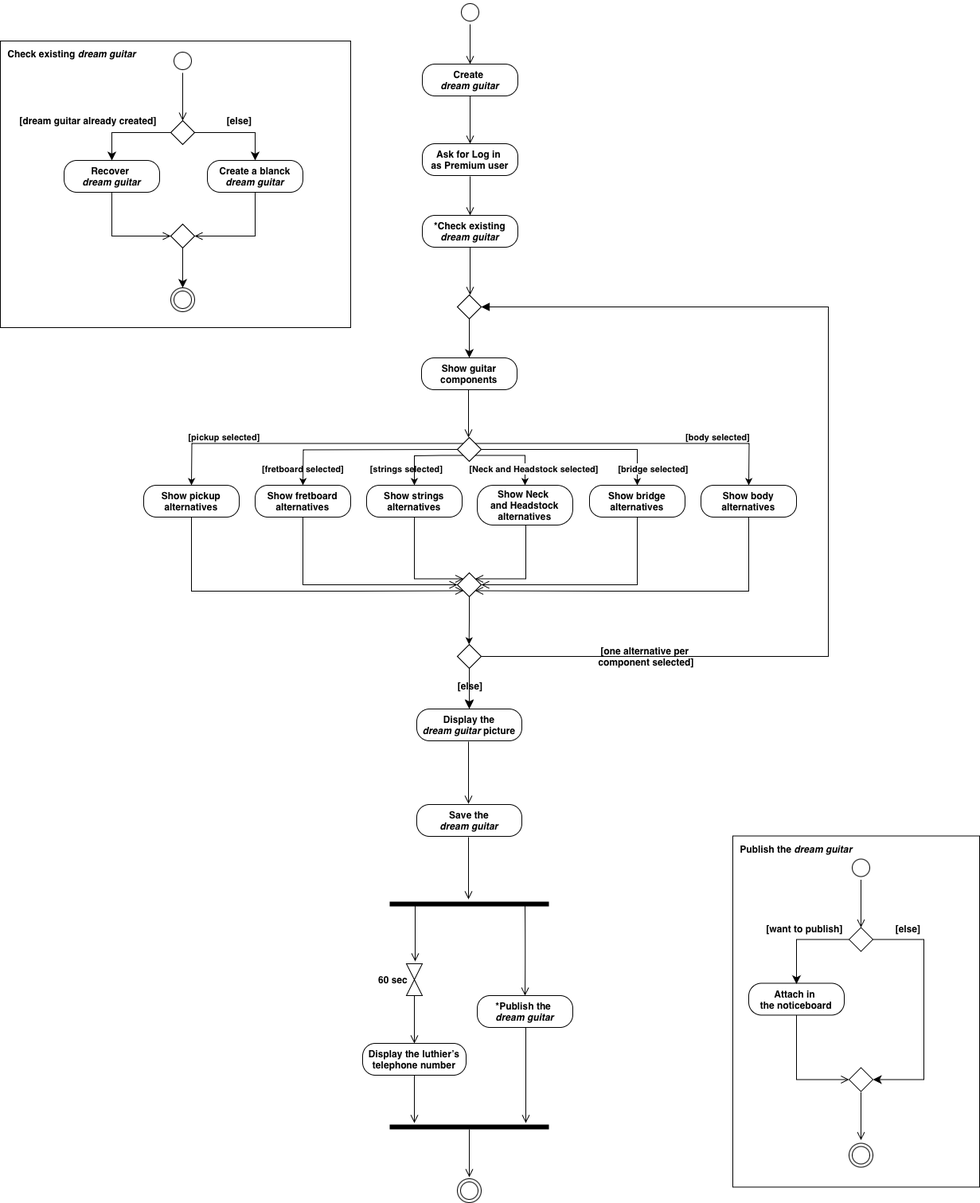
Before: ActivityDiagramT.drawio.png, a diagram exported from draw.io (TizianoLilli/ISPW-Project). Source tidied: cells renumbered, new cells last; positions are measured from the earlier drawing's top-left corner, leaving out a move shared by most shapes.
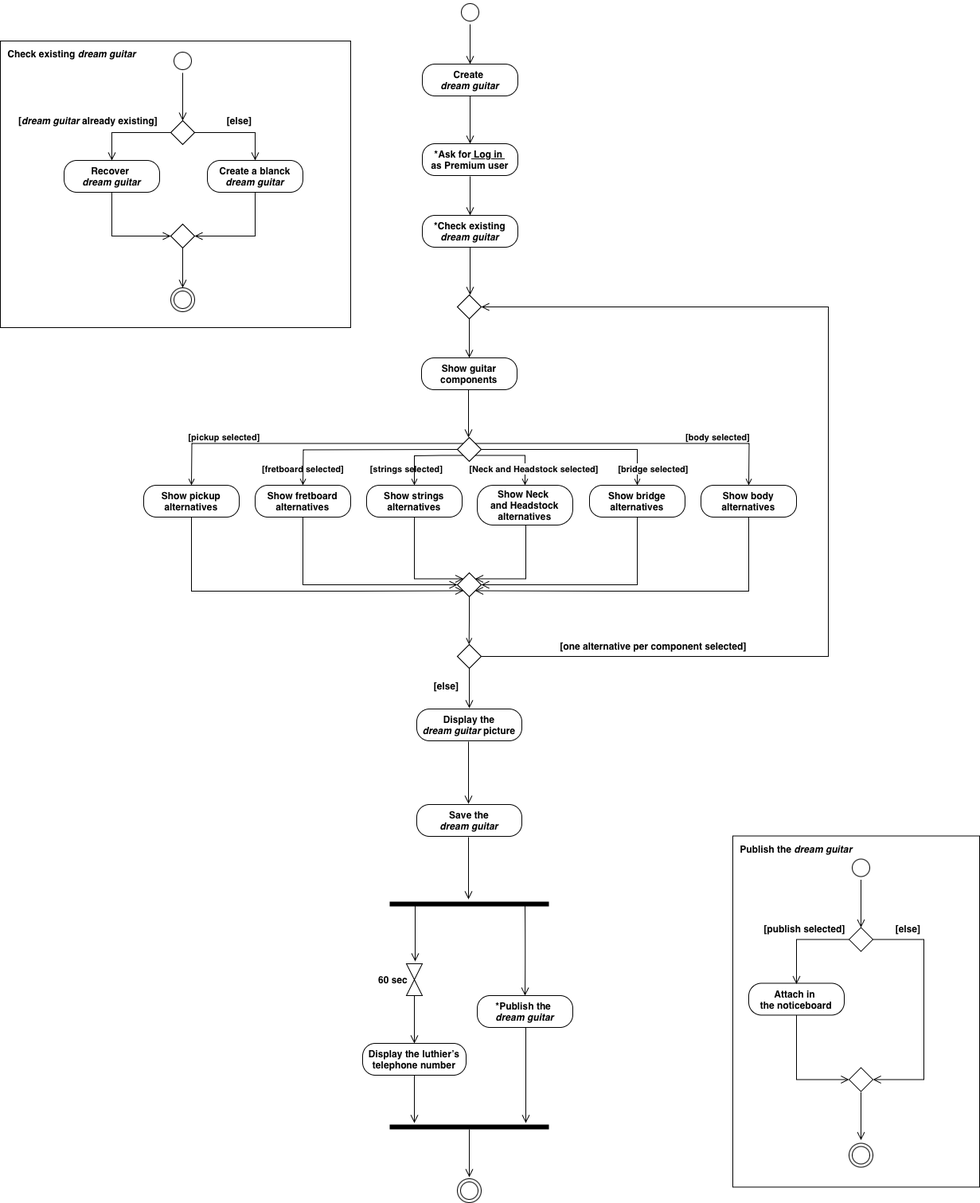
After the change.

The edit, as a diff of the source:
```diff
@@ -2,6 +2,9 @@
   <root>
     <mxCell id="0" />
     <mxCell id="1" parent="0" />
+    <mxCell id="79" style="rounded=0;whiteSpace=wrap;html=1;fillColor=none;labelBackgroundColor=none;" parent="1" vertex="1">
+      <mxGeometry y="51" width="440" height="360" as="geometry" />
+    </mxCell>
     <mxCell id="2" style="rounded=0;whiteSpace=wrap;html=1;fillColor=none;labelBackgroundColor=none;" parent="1" vertex="1">
       <mxGeometry x="920" y="1049.5" width="310" height="441" as="geometry" />
     </mxCell>
@@ -26,7 +29,7 @@
         </Array>
       </mxGeometry>
     </mxCell>
-    <mxCell id="7" value="&lt;b&gt;Ask for&amp;nbsp;&lt;span style=&quot;background-color: initial;&quot;&gt;Log in&amp;nbsp;&lt;/span&gt;&lt;/b&gt;&lt;div&gt;&lt;span style=&quot;background-color: initial;&quot;&gt;&lt;b&gt;as Premium user&lt;/b&gt;&lt;/span&gt;&lt;/div&gt;" style="rounded=1;whiteSpace=wrap;html=1;arcSize=40;labelBackgroundColor=none;" parent="1" vertex="1">
+    <mxCell id="7" value="&lt;b&gt;*Ask for&lt;u&gt;&amp;nbsp;&lt;span style=&quot;background-color: initial;&quot;&gt;Log in&amp;nbsp;&lt;/span&gt;&lt;/u&gt;&lt;/b&gt;&lt;div&gt;&lt;span style=&quot;background-color: initial;&quot;&gt;&lt;b&gt;as Premium user&lt;/b&gt;&lt;/span&gt;&lt;/div&gt;" style="rounded=1;whiteSpace=wrap;html=1;arcSize=40;labelBackgroundColor=none;" parent="1" vertex="1">
       <mxGeometry x="530" y="180" width="120" height="40" as="geometry" />
     </mxCell>
     <mxCell id="8" value="&lt;b&gt;Show guitar components&lt;/b&gt;" style="rounded=1;whiteSpace=wrap;html=1;arcSize=40;labelBackgroundColor=none;" parent="1" vertex="1">
@@ -38,13 +41,13 @@
         <mxPoint x="588" y="549" as="targetPoint" />
       </mxGeometry>
     </mxCell>
-    <mxCell id="10" value="&lt;b style=&quot;&quot;&gt;[fretboard selected]&lt;/b&gt;" style="edgeStyle=orthogonalEdgeStyle;rounded=0;orthogonalLoop=1;jettySize=auto;html=1;exitX=0;exitY=0.5;exitDx=0;exitDy=0;entryX=0.5;entryY=0;entryDx=0;entryDy=0;labelBackgroundColor=none;fontColor=default;labelBorderColor=none;" parent="1" edge="1">
+    <mxCell id="10" value="&lt;b style=&quot;&quot;&gt;[fretboard selected]&lt;/b&gt;" style="edgeStyle=orthogonalEdgeStyle;rounded=0;orthogonalLoop=1;jettySize=auto;html=1;exitX=0;exitY=0.5;exitDx=0;exitDy=0;entryX=0.5;entryY=0;entryDx=0;entryDy=0;labelBackgroundColor=none;fontColor=default;labelBorderColor=none;endArrow=open;endFill=0;" parent="1" edge="1">
       <mxGeometry x="0.83" relative="1" as="geometry">
         <mxPoint x="574" y="564" as="sourcePoint" />
         <mxPoint x="380" y="609" as="targetPoint" />
       </mxGeometry>
     </mxCell>
-    <mxCell id="11" value="&lt;b style=&quot;&quot;&gt;[strings selected]&lt;/b&gt;" style="edgeStyle=orthogonalEdgeStyle;rounded=0;jettySize=auto;html=1;exitX=0;exitY=1;exitDx=0;exitDy=0;entryX=0.5;entryY=0;entryDx=0;entryDy=0;labelBackgroundColor=none;fontColor=default;" parent="1" edge="1" source="16" target="25">
+    <mxCell id="11" value="&lt;b style=&quot;&quot;&gt;[strings selected]&lt;/b&gt;" style="edgeStyle=orthogonalEdgeStyle;rounded=0;jettySize=auto;html=1;exitX=0;exitY=1;exitDx=0;exitDy=0;entryX=0.5;entryY=0;entryDx=0;entryDy=0;labelBackgroundColor=none;fontColor=default;endArrow=open;endFill=0;" parent="1" edge="1" source="16" target="25">
       <mxGeometry x="0.59" y="-10" relative="1" as="geometry">
         <Array as="points">
           <mxPoint x="554" y="572" />
@@ -52,20 +55,20 @@
         </Array>
       </mxGeometry>
     </mxCell>
-    <mxCell id="12" value="&lt;b style=&quot;background-color: rgb(251, 251, 251);&quot;&gt;[bridge selected]&lt;/b&gt;" style="edgeStyle=orthogonalEdgeStyle;rounded=0;jettySize=auto;html=1;exitX=1;exitY=0.5;exitDx=0;exitDy=0;entryX=0.5;entryY=0;entryDx=0;entryDy=0;labelBackgroundColor=none;fontColor=default;" parent="1" edge="1" source="16" target="21">
+    <mxCell id="12" value="&lt;b style=&quot;background-color: rgb(251, 251, 251);&quot;&gt;[bridge selected]&lt;/b&gt;" style="edgeStyle=orthogonalEdgeStyle;rounded=0;jettySize=auto;html=1;exitX=1;exitY=0.5;exitDx=0;exitDy=0;entryX=0.5;entryY=0;entryDx=0;entryDy=0;labelBackgroundColor=none;fontColor=default;endArrow=open;endFill=0;" parent="1" edge="1" source="16" target="21">
       <mxGeometry x="0.83" y="20" relative="1" as="geometry" />
     </mxCell>
-    <mxCell id="13" value="&lt;br&gt;&lt;b style=&quot;forced-color-adjust: none; color: rgb(0, 0, 0); font-family: Helvetica; font-size: 11px; font-style: normal; font-variant-ligatures: normal; font-variant-caps: normal; letter-spacing: normal; orphans: 2; text-align: center; text-indent: 0px; text-transform: none; widows: 2; word-spacing: 0px; -webkit-text-stroke-width: 0px; white-space: nowrap; text-decoration-thickness: initial; text-decoration-style: initial; text-decoration-color: initial;&quot;&gt;[pickup selected]&lt;/b&gt;&lt;div&gt;&lt;br/&gt;&lt;/div&gt;" style="edgeStyle=orthogonalEdgeStyle;rounded=0;jettySize=auto;html=1;exitX=0;exitY=0;exitDx=0;exitDy=0;entryX=0.5;entryY=0;entryDx=0;entryDy=0;labelBackgroundColor=none;fontColor=default;" parent="1" edge="1" source="16">
+    <mxCell id="13" value="&lt;br&gt;&lt;b style=&quot;forced-color-adjust: none; color: rgb(0, 0, 0); font-family: Helvetica; font-size: 11px; font-style: normal; font-variant-ligatures: normal; font-variant-caps: normal; letter-spacing: normal; orphans: 2; text-align: center; text-indent: 0px; text-transform: none; widows: 2; word-spacing: 0px; -webkit-text-stroke-width: 0px; white-space: nowrap; text-decoration-thickness: initial; text-decoration-style: initial; text-decoration-color: initial;&quot;&gt;[pickup selected]&lt;/b&gt;&lt;div&gt;&lt;br/&gt;&lt;/div&gt;" style="edgeStyle=orthogonalEdgeStyle;rounded=0;jettySize=auto;html=1;exitX=0;exitY=0;exitDx=0;exitDy=0;entryX=0.5;entryY=0;entryDx=0;entryDy=0;labelBackgroundColor=none;fontColor=default;endArrow=open;endFill=0;" parent="1" edge="1" source="16">
       <mxGeometry x="0.53" y="-8" relative="1" as="geometry">
         <mxPoint x="240" y="609" as="targetPoint" />
       </mxGeometry>
     </mxCell>
-    <mxCell id="14" value="&lt;br&gt;&lt;b style=&quot;forced-color-adjust: none; color: rgb(0, 0, 0); font-family: Helvetica; font-size: 11px; font-style: normal; font-variant-ligatures: normal; font-variant-caps: normal; letter-spacing: normal; orphans: 2; text-align: center; text-indent: 0px; text-transform: none; widows: 2; word-spacing: 0px; -webkit-text-stroke-width: 0px; white-space: nowrap; background-color: rgb(251, 251, 251); text-decoration-thickness: initial; text-decoration-style: initial; text-decoration-color: initial;&quot;&gt;[body selected]&lt;/b&gt;&lt;div&gt;&lt;br/&gt;&lt;/div&gt;" style="edgeStyle=orthogonalEdgeStyle;rounded=0;jettySize=auto;html=1;exitX=1;exitY=0;exitDx=0;exitDy=0;entryX=0.5;entryY=0;entryDx=0;entryDy=0;textShadow=1;labelBackgroundColor=none;fontColor=default;" parent="1" edge="1" source="16">
+    <mxCell id="14" value="&lt;br&gt;&lt;b style=&quot;forced-color-adjust: none; color: rgb(0, 0, 0); font-family: Helvetica; font-size: 11px; font-style: normal; font-variant-ligatures: normal; font-variant-caps: normal; letter-spacing: normal; orphans: 2; text-align: center; text-indent: 0px; text-transform: none; widows: 2; word-spacing: 0px; -webkit-text-stroke-width: 0px; white-space: nowrap; background-color: rgb(251, 251, 251); text-decoration-thickness: initial; text-decoration-style: initial; text-decoration-color: initial;&quot;&gt;[body selected]&lt;/b&gt;&lt;div&gt;&lt;br/&gt;&lt;/div&gt;" style="edgeStyle=orthogonalEdgeStyle;rounded=0;jettySize=auto;html=1;exitX=1;exitY=0;exitDx=0;exitDy=0;entryX=0.5;entryY=0;entryDx=0;entryDy=0;textShadow=1;labelBackgroundColor=none;fontColor=default;endArrow=open;endFill=0;" parent="1" edge="1" source="16">
       <mxGeometry x="0.53" y="8" relative="1" as="geometry">
         <mxPoint x="940" y="609" as="targetPoint" />
       </mxGeometry>
     </mxCell>
-    <mxCell id="15" value="&lt;b style=&quot;background-color: rgb(251, 251, 251);&quot;&gt;[Neck and Headstock selected]&lt;/b&gt;" style="edgeStyle=orthogonalEdgeStyle;rounded=0;jettySize=auto;html=1;exitX=1;exitY=1;exitDx=0;exitDy=0;entryX=0.5;entryY=0;entryDx=0;entryDy=0;labelBackgroundColor=none;fontColor=default;" parent="1" edge="1" source="16" target="23">
+    <mxCell id="15" value="&lt;b style=&quot;background-color: rgb(251, 251, 251);&quot;&gt;[Neck and Headstock selected]&lt;/b&gt;" style="edgeStyle=orthogonalEdgeStyle;rounded=0;jettySize=auto;html=1;exitX=1;exitY=1;exitDx=0;exitDy=0;entryX=0.5;entryY=0;entryDx=0;entryDy=0;labelBackgroundColor=none;fontColor=default;endArrow=open;endFill=0;" parent="1" edge="1" source="16" target="23">
       <mxGeometry x="0.6" y="11" relative="1" as="geometry">
         <Array as="points">
           <mxPoint x="659" y="572" />
@@ -140,7 +143,7 @@
         </Array>
       </mxGeometry>
     </mxCell>
-    <mxCell id="29" style="edgeStyle=orthogonalEdgeStyle;rounded=0;jettySize=auto;html=1;exitX=0.5;exitY=1;exitDx=0;exitDy=0;labelBackgroundColor=none;fontColor=default;" parent="1" edge="1" source="30">
+    <mxCell id="29" style="edgeStyle=orthogonalEdgeStyle;rounded=0;jettySize=auto;html=1;exitX=0.5;exitY=1;exitDx=0;exitDy=0;labelBackgroundColor=none;fontColor=default;endArrow=open;endFill=0;" parent="1" edge="1" source="30">
       <mxGeometry relative="1" as="geometry">
         <mxPoint x="588.7" y="809" as="targetPoint" />
       </mxGeometry>
@@ -148,26 +151,24 @@
     <mxCell id="30" style="rhombus;whiteSpace=wrap;html=1;labelBackgroundColor=none;" parent="1" vertex="1">
       <mxGeometry x="574" y="719" width="30" height="30" as="geometry" />
     </mxCell>
-    <mxCell id="31" value="[else]" style="edgeStyle=none;curved=1;rounded=0;jettySize=auto;html=1;exitX=0.5;exitY=1;exitDx=0;exitDy=0;fontSize=12;startSize=8;endSize=8;fontStyle=1;labelBackgroundColor=none;fontColor=default;" parent="1" edge="1" source="34">
-      <mxGeometry x="-0.12" y="1" relative="1" as="geometry">
+    <mxCell id="31" value="[else]" style="edgeStyle=none;curved=1;rounded=0;orthogonalLoop=1;jettySize=auto;html=1;exitX=0.5;exitY=1;exitDx=0;exitDy=0;fontSize=12;startSize=8;endSize=8;fontStyle=1;labelBackgroundColor=none;fontColor=default;endArrow=open;endFill=0;" parent="1" edge="1">
+      <mxGeometry x="-0.12" y="-29" relative="1" as="geometry">
+        <mxPoint x="589" y="839" as="sourcePoint" />
         <mxPoint x="589" y="889" as="targetPoint" />
       </mxGeometry>
     </mxCell>
-    <mxCell id="32" value="[one alternative per&amp;nbsp;&lt;div&gt;component selected]&lt;/div&gt;" style="edgeStyle=none;curved=0;rounded=0;jettySize=auto;html=1;exitX=1;exitY=0.5;exitDx=0;exitDy=0;fontSize=12;startSize=8;endSize=8;fontStyle=1;endArrow=block;endFill=1;labelBackgroundColor=none;fontColor=default;entryX=1;entryY=0.5;entryDx=0;entryDy=0;" parent="1" edge="1" source="34" target="36">
-      <mxGeometry x="-0.68" relative="1" as="geometry">
+    <mxCell id="32" value="[one alternative per component selected]" style="edgeStyle=none;curved=0;rounded=0;jettySize=auto;html=1;exitX=1;exitY=0.5;exitDx=0;exitDy=0;fontSize=12;startSize=8;endSize=8;fontStyle=1;endArrow=open;endFill=0;labelBackgroundColor=none;fontColor=default;entryX=1;entryY=0.5;entryDx=0;entryDy=0;" parent="1" edge="1" source="34" target="36">
+      <mxGeometry x="-0.67" y="13" relative="1" as="geometry">
         <Array as="points">
           <mxPoint x="1040" y="824" />
           <mxPoint x="1040" y="385" />
         </Array>
       </mxGeometry>
     </mxCell>
-    <mxCell id="33" style="edgeStyle=none;curved=1;rounded=0;jettySize=auto;html=1;fontSize=12;startSize=8;endSize=8;labelBackgroundColor=none;fontColor=default;" parent="1" edge="1" source="34" target="37">
-      <mxGeometry relative="1" as="geometry" />
-    </mxCell>
     <mxCell id="34" style="rhombus;whiteSpace=wrap;html=1;labelBackgroundColor=none;" parent="1" vertex="1">
       <mxGeometry x="574" y="809" width="30" height="30" as="geometry" />
     </mxCell>
-    <mxCell id="35" style="edgeStyle=none;curved=1;rounded=0;jettySize=auto;html=1;exitX=0.5;exitY=1;exitDx=0;exitDy=0;entryX=0.5;entryY=0;entryDx=0;entryDy=0;fontSize=12;startSize=8;endSize=8;labelBackgroundColor=none;fontColor=default;" parent="1" edge="1" source="36" target="8">
+    <mxCell id="35" style="edgeStyle=none;curved=1;rounded=0;jettySize=auto;html=1;exitX=0.5;exitY=1;exitDx=0;exitDy=0;entryX=0.5;entryY=0;entryDx=0;entryDy=0;fontSize=12;startSize=8;endSize=8;labelBackgroundColor=none;fontColor=default;endArrow=open;endFill=0;" parent="1" edge="1" source="36" target="8">
       <mxGeometry relative="1" as="geometry" />
     </mxCell>
     <mxCell id="36" style="rhombus;whiteSpace=wrap;html=1;labelBackgroundColor=none;" parent="1" vertex="1">
@@ -261,7 +262,7 @@
         <mxPoint x="590" y="270" as="targetPoint" />
       </mxGeometry>
     </mxCell>
-    <mxCell id="54" value="&lt;b&gt;[dream guitar already created]&lt;/b&gt;" style="edgeStyle=none;curved=0;rounded=0;jettySize=auto;html=1;exitX=1;exitY=0.5;exitDx=0;exitDy=0;fontSize=12;startSize=8;endSize=8;labelBackgroundColor=none;fontColor=default;entryX=0.5;entryY=0;entryDx=0;entryDy=0;" parent="1" edge="1" source="56" target="57">
+    <mxCell id="54" value="&lt;b&gt;[&lt;i&gt;dream guitar &lt;/i&gt;already existing]&lt;/b&gt;" style="edgeStyle=none;curved=0;rounded=0;jettySize=auto;html=1;exitX=1;exitY=0.5;exitDx=0;exitDy=0;fontSize=12;startSize=8;endSize=8;labelBackgroundColor=none;fontColor=default;entryX=0.5;entryY=0;entryDx=0;entryDy=0;endArrow=open;endFill=0;" parent="1" edge="1" source="56" target="57">
       <mxGeometry x="0.5" y="-34" relative="1" as="geometry">
         <Array as="points">
           <mxPoint x="140" y="166" />
@@ -269,7 +270,7 @@
         <mxPoint x="4" y="-15" as="offset" />
       </mxGeometry>
     </mxCell>
-    <mxCell id="55" value="&lt;b&gt;[else]&lt;/b&gt;" style="edgeStyle=none;curved=0;rounded=0;jettySize=auto;html=1;exitX=1;exitY=0.5;exitDx=0;exitDy=0;entryX=0.5;entryY=0;entryDx=0;entryDy=0;fontSize=12;startSize=8;endSize=8;labelBackgroundColor=none;fontColor=default;" parent="1" edge="1" source="56" target="61">
+    <mxCell id="55" value="&lt;b&gt;[else]&lt;/b&gt;" style="edgeStyle=none;curved=0;rounded=0;jettySize=auto;html=1;exitX=1;exitY=0.5;exitDx=0;exitDy=0;entryX=0.5;entryY=0;entryDx=0;entryDy=0;fontSize=12;startSize=8;endSize=8;labelBackgroundColor=none;fontColor=default;endArrow=open;endFill=0;" parent="1" edge="1" source="56" target="61">
       <mxGeometry x="0.01" y="15" relative="1" as="geometry">
         <Array as="points">
           <mxPoint x="320" y="166" />
@@ -292,7 +293,7 @@
     <mxCell id="59" style="rhombus;whiteSpace=wrap;html=1;labelBackgroundColor=none;" parent="1" vertex="1">
       <mxGeometry x="214" y="281" width="30" height="30" as="geometry" />
     </mxCell>
-    <mxCell id="60" style="endArrow=classic;html=1;rounded=0;fontSize=12;startSize=8;endSize=8;curved=1;exitX=0.5;exitY=1;exitDx=0;exitDy=0;labelBackgroundColor=none;fontColor=default;" parent="1" edge="1" source="59">
+    <mxCell id="60" style="endArrow=open;html=1;rounded=0;fontSize=12;startSize=8;endSize=8;curved=1;exitX=0.5;exitY=1;exitDx=0;exitDy=0;labelBackgroundColor=none;fontColor=default;endFill=0;" parent="1" edge="1" source="59">
       <mxGeometry relative="1" as="geometry">
         <mxPoint x="229" y="361" as="targetPoint" />
       </mxGeometry>
@@ -325,7 +326,7 @@
         </Array>
       </mxGeometry>
     </mxCell>
-    <mxCell id="67" value="&lt;b&gt;[want to publish]&lt;/b&gt;" style="edgeStyle=none;curved=0;rounded=0;jettySize=auto;html=1;exitX=0;exitY=0.5;exitDx=0;exitDy=0;fontSize=12;startSize=8;endSize=8;labelBackgroundColor=none;fontColor=default;" parent="1" edge="1" source="69">
+    <mxCell id="67" value="&lt;b&gt;[publish selected]&lt;/b&gt;" style="edgeStyle=none;curved=0;rounded=0;jettySize=auto;html=1;exitX=0;exitY=0.5;exitDx=0;exitDy=0;fontSize=12;startSize=8;endSize=8;labelBackgroundColor=none;fontColor=default;endArrow=open;endFill=0;" parent="1" edge="1" source="69">
       <mxGeometry x="-0.08" y="-14" relative="1" as="geometry">
         <mxPoint x="1000" y="1235.5" as="targetPoint" />
         <Array as="points">
@@ -333,7 +334,7 @@
         </Array>
       </mxGeometry>
     </mxCell>
-    <mxCell id="68" value="&lt;b&gt;[else]&lt;/b&gt;" style="edgeStyle=none;curved=0;rounded=0;jettySize=auto;html=1;exitX=1;exitY=0.5;exitDx=0;exitDy=0;fontSize=12;startSize=8;endSize=8;entryX=1;entryY=0.5;entryDx=0;entryDy=0;labelBackgroundColor=none;fontColor=default;" parent="1" edge="1" source="69" target="70">
+    <mxCell id="68" value="&lt;b&gt;[else]&lt;/b&gt;" style="edgeStyle=none;curved=0;rounded=0;jettySize=auto;html=1;exitX=1;exitY=0.5;exitDx=0;exitDy=0;fontSize=12;startSize=8;endSize=8;entryX=1;entryY=0.5;entryDx=0;entryDy=0;labelBackgroundColor=none;fontColor=default;endArrow=open;endFill=0;" parent="1" edge="1" source="69" target="70">
       <mxGeometry x="-0.71" y="14" relative="1" as="geometry">
         <Array as="points">
           <mxPoint x="1160" y="1179.5" />
@@ -378,9 +379,6 @@
         <mxPoint x="229" y="151" as="targetPoint" />
       </mxGeometry>
     </mxCell>
-    <mxCell id="79" style="rounded=0;whiteSpace=wrap;html=1;fillColor=none;labelBackgroundColor=none;" parent="1" vertex="1">
-      <mxGeometry y="51" width="440" height="360" as="geometry" />
-    </mxCell>
     <mxCell id="80" value="&lt;b style=&quot;font-size: 12px;&quot;&gt;Check existing &lt;i&gt;dream guitar&lt;/i&gt;&lt;/b&gt;" style="text;strokeColor=none;fillColor=none;html=1;align=center;verticalAlign=middle;whiteSpace=wrap;rounded=0;fontSize=16;labelBackgroundColor=none;" parent="1" vertex="1">
       <mxGeometry y="51" width="180" height="30" as="geometry" />
     </mxCell>
```
